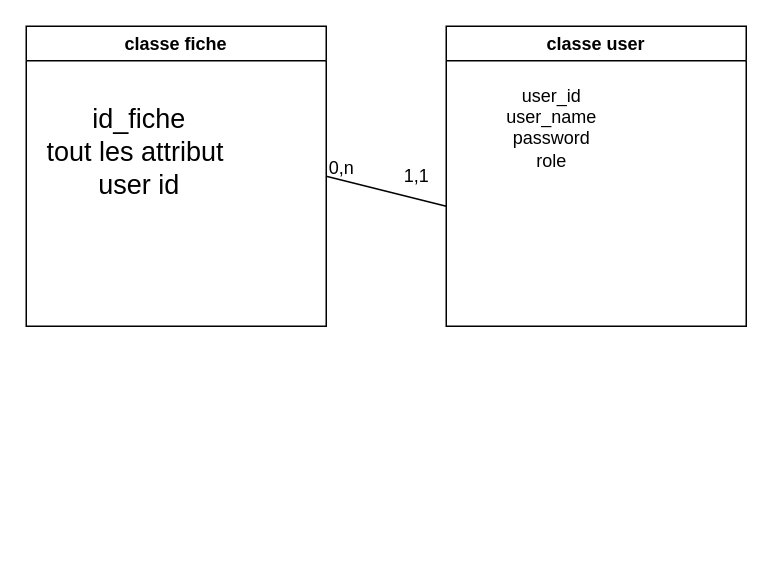
Earlier version of the draw.io diagram diagramme.drawio (Wafaberr/project_django). Source tidied: cells renumbered, new cells numbered last; positions are measured from the earlier drawing's top-left corner, leaving out a move shared by most shapes. Both pictures are drawn from the tidied source at 150%, with x=0, y=0 at pixel (26, 26).
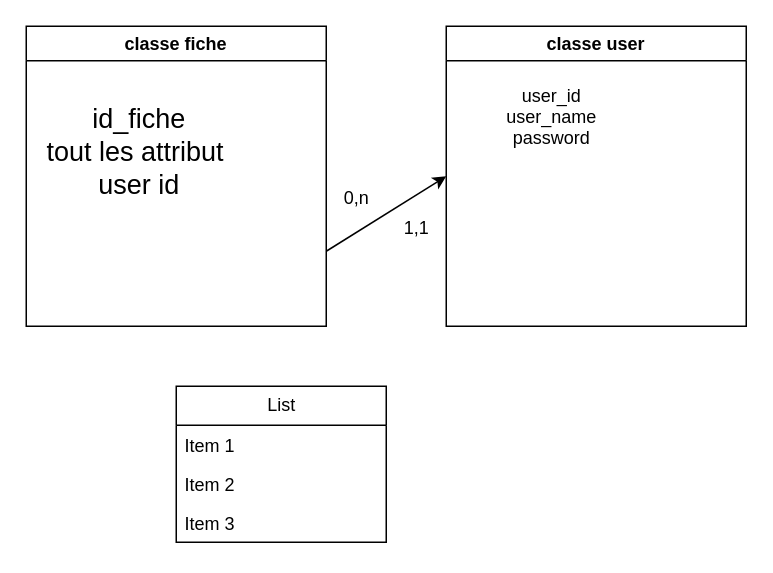
The same page after the edit.

The edit, as a diff of the source:
```diff
@@
 <mxGraphModel>
   <root>
     <mxCell id="0" />
     <mxCell id="1" parent="0" />
+    <mxCell id="9" style="edgeStyle=none;html=1;exitX=1;exitY=0.75;exitDx=0;exitDy=0;entryX=0;entryY=0.5;entryDx=0;entryDy=0;" parent="1" edge="1" source="2" target="4">
+      <mxGeometry relative="1" as="geometry" />
+    </mxCell>
     <mxCell id="2" value="classe fiche" style="swimlane;whiteSpace=wrap;html=1;" parent="1" vertex="1">
       <mxGeometry width="200" height="200" as="geometry" />
     </mxCell>
     <mxCell id="3" value="id_fiche&lt;div&gt;tout les attribut&amp;nbsp;&lt;/div&gt;&lt;div&gt;user id&lt;/div&gt;&lt;div&gt;&lt;br&gt;&lt;/div&gt;" style="text;html=1;align=center;verticalAlign=middle;strokeColor=none;fillColor=none;fontSize=18;" parent="2" vertex="1">
       <mxGeometry y="45" width="150" height="100" as="geometry" />
     </mxCell>
     <mxCell id="4" value="classe user" style="swimlane;whiteSpace=wrap;html=1;" parent="1" vertex="1">
       <mxGeometry x="280" width="200" height="200" as="geometry" />
     </mxCell>
-    <mxCell id="5" value="user_id&lt;div&gt;&lt;font color=&quot;#000000&quot;&gt;user_name&lt;/font&gt;&lt;/div&gt;&lt;div&gt;&lt;font color=&quot;#000000&quot;&gt;password&lt;/font&gt;&lt;/div&gt;&lt;div&gt;&lt;font color=&quot;#000000&quot;&gt;role&lt;br&gt;&lt;/font&gt;&lt;div&gt;&lt;br&gt;&lt;/div&gt;&lt;/div&gt;" style="text;html=1;align=center;verticalAlign=middle;strokeColor=none;fillColor=none;" parent="4" vertex="1">
+    <mxCell id="5" value="user_id&lt;div&gt;&lt;font color=&quot;#000000&quot;&gt;user_name&lt;/font&gt;&lt;/div&gt;&lt;div&gt;&lt;font color=&quot;#000000&quot;&gt;password&lt;/font&gt;&lt;/div&gt;&lt;div&gt;&lt;font color=&quot;#000000&quot;&gt;&lt;br&gt;&lt;/font&gt;&lt;div&gt;&lt;br&gt;&lt;/div&gt;&lt;/div&gt;" style="text;html=1;align=center;verticalAlign=middle;strokeColor=none;fillColor=none;" parent="4" vertex="1">
       <mxGeometry x="30" y="30" width="80" height="90" as="geometry" />
     </mxCell>
-    <mxCell id="6" style="endArrow=none;html=1;exitX=1;exitY=0.5;exitDx=0;exitDy=0;" parent="1" edge="1" source="2">
-      <mxGeometry relative="1" as="geometry">
-        <mxPoint x="280" y="120" as="targetPoint" />
-      </mxGeometry>
-    </mxCell>
     <mxCell id="7" value="0,n" style="text;html=1;align=center;verticalAlign=middle;strokeColor=none;fillColor=none;" parent="1" vertex="1">
-      <mxGeometry x="190" y="80" width="40" height="30" as="geometry" />
+      <mxGeometry x="200" y="100" width="40" height="30" as="geometry" />
     </mxCell>
     <mxCell id="8" value="1,1" style="text;html=1;align=center;verticalAlign=middle;strokeColor=none;fillColor=none;" parent="1" vertex="1">
-      <mxGeometry x="240" y="85" width="40" height="30" as="geometry" />
+      <mxGeometry x="240" y="120" width="40" height="30" as="geometry" />
     </mxCell>
+    <mxCell id="10" value="List" style="swimlane;fontStyle=0;horizontal=1;startSize=26;fillColor=none;html=1;" parent="1" vertex="1">
+      <mxGeometry x="100" y="240" width="140" height="104" as="geometry" />
+    </mxCell>
+    <mxCell id="11" value="Item 1" style="text;strokeColor=none;fillColor=none;align=left;verticalAlign=top;spacingLeft=4;spacingRight=4;overflow=hidden;whiteSpace=wrap;html=1;" parent="10" vertex="1">
+      <mxGeometry y="26" width="140" height="26" as="geometry" />
+    </mxCell>
+    <mxCell id="12" value="Item 2" style="text;strokeColor=none;fillColor=none;align=left;verticalAlign=top;spacingLeft=4;spacingRight=4;overflow=hidden;whiteSpace=wrap;html=1;" parent="10" vertex="1">
+      <mxGeometry y="52" width="140" height="26" as="geometry" />
+    </mxCell>
+    <mxCell id="13" value="Item 3" style="text;strokeColor=none;fillColor=none;align=left;verticalAlign=top;spacingLeft=4;spacingRight=4;overflow=hidden;whiteSpace=wrap;html=1;" parent="10" vertex="1">
+      <mxGeometry y="78" width="140" height="26" as="geometry" />
+    </mxCell>
   </root>
 </mxGraphModel>
```
